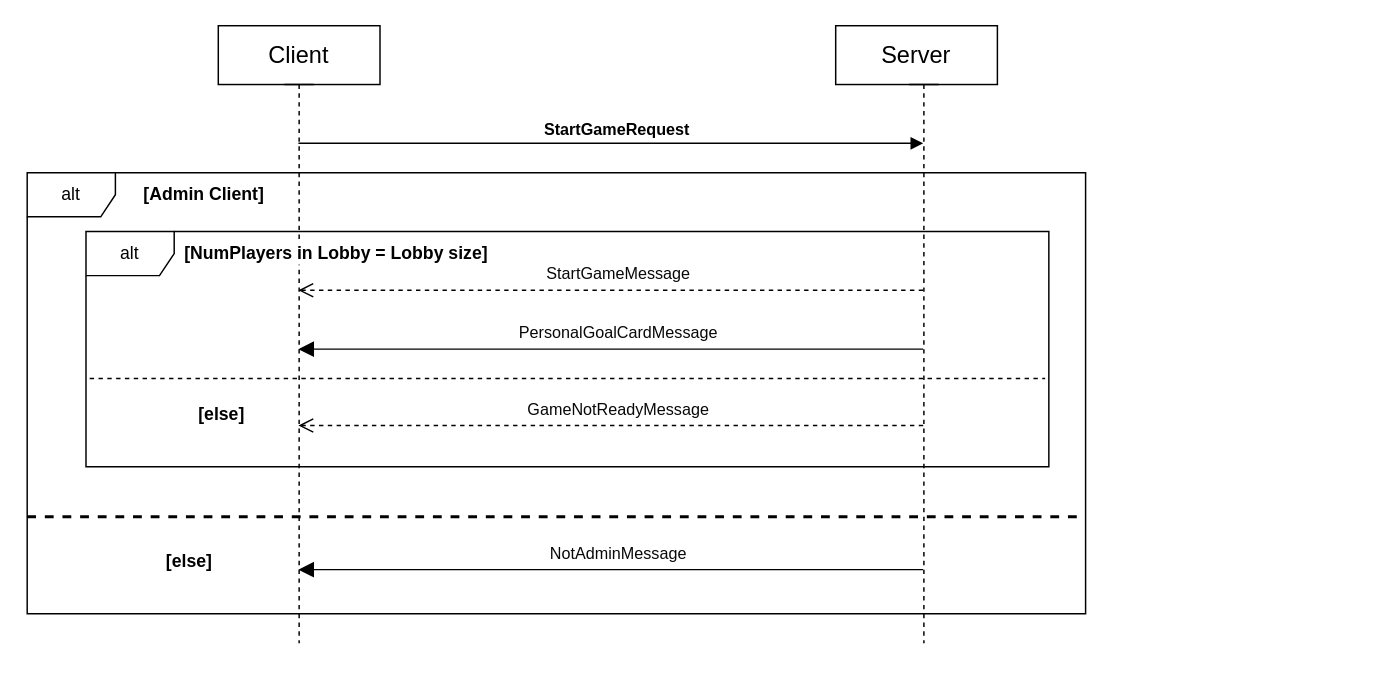
This is deliverables/uml_drawio/StartGame sequence.drawio from federico-zanca/ing-sw-2023-zanca-zhuge-zheng-wu, a draw.io file, before an edit. Source tidied: cells renumbered, new cells numbered last; positions are measured from the earlier drawing's top-left corner, leaving out a move shared by most shapes. Both pictures are drawn from the tidied source at 147%, with x=0, y=0 at pixel (26, 25).
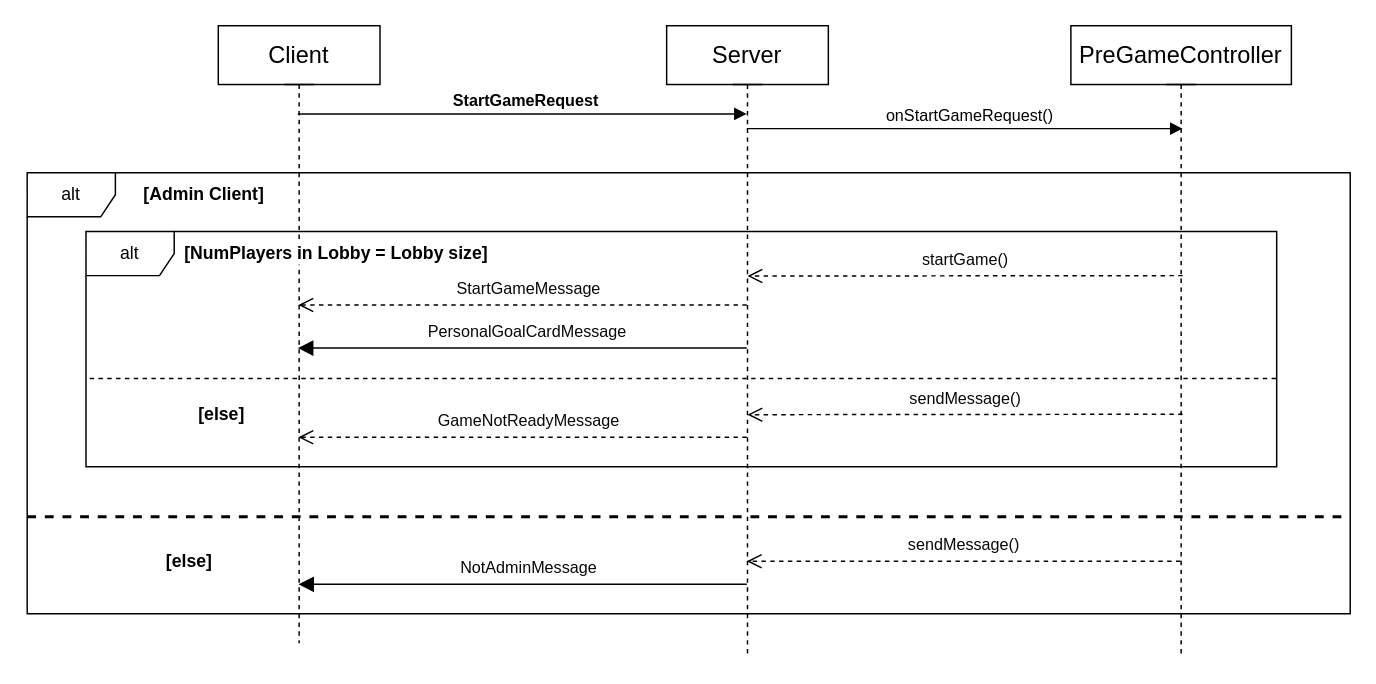
Above is the later version.

Unchanged cells that the change refers to:
```xml
<mxCell id="5" style="shape=umlLifeline;perimeter=lifelinePerimeter;whiteSpace=wrap;html=1;outlineConnect=0;portConstraint=eastwest;newEdgeStyle={&quot;edgeStyle&quot;:&quot;elbowEdgeStyle&quot;,&quot;elbow&quot;:&quot;vertical&quot;,&quot;curved&quot;:0,&quot;rounded&quot;:0};participant=umlActor;size=0;" parent="1" vertex="1">
  <mxGeometry x="175" y="40" width="20" height="380" as="geometry" />
</mxCell>
```

What changed in the source:
```diff
@@
     <mxCell id="2" value="alt" style="shape=umlFrame;whiteSpace=wrap;html=1;" parent="1" vertex="1">
-      <mxGeometry y="100" width="720" height="300" as="geometry" />
+      <mxGeometry y="100" width="900" height="300" as="geometry" />
     </mxCell>
@@
     <mxCell id="4" value="Server" style="html=1;whiteSpace=wrap;fontSize=16;" parent="1" vertex="1">
-      <mxGeometry x="550" width="110" height="40" as="geometry" />
+      <mxGeometry x="435" width="110" height="40" as="geometry" />
     </mxCell>
@@
     <mxCell id="6" style="shape=umlLifeline;perimeter=lifelinePerimeter;whiteSpace=wrap;html=1;outlineConnect=0;portConstraint=eastwest;newEdgeStyle={&quot;edgeStyle&quot;:&quot;elbowEdgeStyle&quot;,&quot;elbow&quot;:&quot;vertical&quot;,&quot;curved&quot;:0,&quot;rounded&quot;:0};participant=umlActor;size=0;" parent="1" vertex="1">
-      <mxGeometry x="600" y="40" width="20" height="380" as="geometry" />
+      <mxGeometry x="480" y="40" width="20" height="390" as="geometry" />
     </mxCell>
-    <mxCell id="7" value="StartGameRequest" style="html=1;verticalAlign=bottom;endArrow=block;edgeStyle=elbowEdgeStyle;elbow=vertical;curved=0;rounded=0;fontStyle=1;" parent="1" edge="1" source="5" target="6">
+    <mxCell id="7" value="StartGameRequest" style="html=1;verticalAlign=bottom;endArrow=block;edgeStyle=elbowEdgeStyle;elbow=vertical;curved=0;rounded=0;fontStyle=1;" parent="1" edge="1">
       <mxGeometry x="0.01" relative="1" as="geometry">
+        <mxPoint x="184.1" y="60" as="sourcePoint" />
+        <mxPoint x="489.5" y="60" as="targetPoint" />
         <Array as="points">
-          <mxPoint x="310" y="80" />
-          <mxPoint x="360" y="110" />
+          <mxPoint x="450" y="60" />
+          <mxPoint x="310" y="70" />
+          <mxPoint x="360" y="100" />
         </Array>
         <mxPoint x="1" as="offset" />
       </mxGeometry>
     </mxCell>
@@
     <mxCell id="9" value="&lt;div style=&quot;color: rgb(8, 8, 8);&quot;&gt;&lt;pre style=&quot;&quot;&gt;&lt;font face=&quot;Helvetica&quot;&gt;StartGameMessage&lt;/font&gt;&lt;/pre&gt;&lt;/div&gt;" style="html=1;verticalAlign=bottom;endArrow=open;dashed=1;endSize=8;edgeStyle=elbowEdgeStyle;elbow=vertical;curved=0;rounded=0;labelBackgroundColor=none;" parent="1" edge="1" source="6" target="5">
       <mxGeometry x="-0.02" y="10" relative="1" as="geometry">
         <Array as="points">
-          <mxPoint x="540" y="180" />
+          <mxPoint x="440" y="190" />
+          <mxPoint x="460" y="180" />
           <mxPoint x="510" y="170" />
           <mxPoint x="460" y="190" />
           <mxPoint x="510" y="210" />
           <mxPoint x="530" y="180" />
           <mxPoint x="295" y="160" />
         </Array>
       </mxGeometry>
     </mxCell>
     <mxCell id="10" value="alt" style="shape=umlFrame;whiteSpace=wrap;html=1;" parent="1" vertex="1">
-      <mxGeometry x="40" y="140" width="655" height="160" as="geometry" />
+      <mxGeometry x="40" y="140" width="810" height="160" as="geometry" />
     </mxCell>
     <mxCell id="11" style="line;strokeWidth=2;fillColor=none;align=left;verticalAlign=middle;spacingTop=-1;spacingLeft=3;spacingRight=3;labelPosition=right;strokeColor=inherit;dashed=1;" parent="1" vertex="1">
-      <mxGeometry y="330" width="720" height="8" as="geometry" />
+      <mxGeometry y="330" width="900" height="8" as="geometry" />
     </mxCell>
@@
     <mxCell id="14" style="line;strokeWidth=1;fillColor=none;align=left;verticalAlign=middle;spacingTop=-1;spacingLeft=3;spacingRight=3;labelPosition=right;strokeColor=inherit;dashed=1;" parent="1" vertex="1">
-      <mxGeometry x="42.5" y="236" width="650" height="8" as="geometry" />
+      <mxGeometry x="42.5" y="236" width="807.5" height="8" as="geometry" />
     </mxCell>
@@
     <mxCell id="16" value="&lt;div style=&quot;color: rgb(8, 8, 8);&quot;&gt;&lt;pre style=&quot;&quot;&gt;&lt;font face=&quot;Helvetica&quot;&gt;GameNotReadyMessage&lt;/font&gt;&lt;/pre&gt;&lt;/div&gt;" style="html=1;verticalAlign=bottom;endArrow=open;dashed=1;endSize=8;edgeStyle=elbowEdgeStyle;elbow=vertical;curved=0;rounded=0;labelBackgroundColor=none;" parent="1" edge="1" source="6" target="5">
       <mxGeometry x="-0.02" y="10" relative="1" as="geometry">
         <Array as="points">
+          <mxPoint x="440" y="280" />
+          <mxPoint x="400" y="270" />
           <mxPoint x="486.5" y="272" />
           <mxPoint x="521.5" y="282" />
           <mxPoint x="541.5" y="252" />
           <mxPoint x="306.5" y="232" />
         </Array>
       </mxGeometry>
     </mxCell>
-    <mxCell id="17" value="&lt;div style=&quot;color: rgb(8, 8, 8);&quot;&gt;&lt;pre style=&quot;&quot;&gt;&lt;font face=&quot;Helvetica&quot;&gt;NotAdminMessage&lt;/font&gt;&lt;/pre&gt;&lt;/div&gt;" style="html=1;verticalAlign=bottom;endArrow=block;endSize=8;edgeStyle=elbowEdgeStyle;elbow=vertical;curved=0;rounded=0;labelBackgroundColor=none;endFill=1;" parent="1" edge="1">
+    <mxCell id="17" value="&lt;div style=&quot;color: rgb(8, 8, 8);&quot;&gt;&lt;pre style=&quot;&quot;&gt;&lt;font face=&quot;Helvetica&quot;&gt;NotAdminMessage&lt;/font&gt;&lt;/pre&gt;&lt;/div&gt;" style="html=1;verticalAlign=bottom;endArrow=block;endSize=8;edgeStyle=elbowEdgeStyle;elbow=vertical;curved=0;rounded=0;labelBackgroundColor=none;endFill=1;" parent="1" edge="1" source="6" target="5">
       <mxGeometry x="-0.02" y="10" relative="1" as="geometry">
-        <mxPoint x="609.5" y="370" as="sourcePoint" />
-        <mxPoint x="184.5" y="370" as="targetPoint" />
         <Array as="points">
-          <mxPoint x="540" y="370" />
+          <mxPoint x="260" y="380" />
+          <mxPoint x="450" y="380" />
           <mxPoint x="245" y="330" />
           <mxPoint x="295" y="350" />
           <mxPoint x="315" y="320" />
           <mxPoint x="80" y="300" />
         </Array>
       </mxGeometry>
     </mxCell>
-    <mxCell id="18" value="&lt;div style=&quot;color: rgb(8, 8, 8);&quot;&gt;&lt;pre style=&quot;&quot;&gt;&lt;font face=&quot;Helvetica&quot;&gt;PersonalGoalCardMessage&lt;/font&gt;&lt;/pre&gt;&lt;/div&gt;" style="html=1;verticalAlign=bottom;endArrow=block;endSize=8;edgeStyle=elbowEdgeStyle;elbow=vertical;curved=0;rounded=0;labelBackgroundColor=none;endFill=1;" parent="1" edge="1" source="6" target="5">
+    <mxCell id="18" value="&lt;div style=&quot;color: rgb(8, 8, 8);&quot;&gt;&lt;pre style=&quot;&quot;&gt;&lt;font face=&quot;Helvetica&quot;&gt;PersonalGoalCardMessage&lt;/font&gt;&lt;/pre&gt;&lt;/div&gt;" style="html=1;verticalAlign=bottom;endArrow=block;endSize=8;edgeStyle=elbowEdgeStyle;elbow=vertical;curved=0;rounded=0;labelBackgroundColor=none;endFill=1;" parent="1" edge="1">
       <mxGeometry x="-0.02" y="10" relative="1" as="geometry">
+        <mxPoint x="489.5" y="219.3" as="sourcePoint" />
+        <mxPoint x="184.1" y="219.3" as="targetPoint" />
         <Array as="points">
-          <mxPoint x="440" y="220" />
-          <mxPoint x="410" y="210" />
-          <mxPoint x="360" y="230" />
-          <mxPoint x="410" y="250" />
-          <mxPoint x="430" y="220" />
-          <mxPoint x="195" y="200" />
+          <mxPoint x="440" y="219.3" />
+          <mxPoint x="410" y="209.3" />
+          <mxPoint x="360" y="229.3" />
+          <mxPoint x="410" y="249.3" />
+          <mxPoint x="430" y="219.3" />
+          <mxPoint x="195" y="199.3" />
         </Array>
       </mxGeometry>
     </mxCell>
+    <mxCell id="19" value="PreGameController" style="html=1;whiteSpace=wrap;fontSize=16;" parent="1" vertex="1">
+      <mxGeometry x="710" width="150" height="40" as="geometry" />
+    </mxCell>
+    <mxCell id="20" style="shape=umlLifeline;perimeter=lifelinePerimeter;whiteSpace=wrap;html=1;outlineConnect=0;portConstraint=eastwest;newEdgeStyle={&quot;edgeStyle&quot;:&quot;elbowEdgeStyle&quot;,&quot;elbow&quot;:&quot;vertical&quot;,&quot;curved&quot;:0,&quot;rounded&quot;:0};participant=umlActor;size=0;" parent="1" vertex="1">
+      <mxGeometry x="775" y="40" width="20" height="390" as="geometry" />
+    </mxCell>
+    <mxCell id="21" value="onStartGameRequest()" style="html=1;verticalAlign=bottom;endArrow=block;edgeStyle=elbowEdgeStyle;elbow=vertical;curved=0;rounded=0;" parent="1" edge="1" source="6">
+      <mxGeometry x="0.02" relative="1" as="geometry">
+        <mxPoint x="786" y="70" as="targetPoint" />
+        <Array as="points">
+          <mxPoint x="711" y="70" />
+          <mxPoint x="547.5" y="100" />
+          <mxPoint x="317.5" y="110" />
+          <mxPoint x="337.5" y="190" />
+          <mxPoint x="547.5" y="210" />
+          <mxPoint x="467.5" y="220" />
+          <mxPoint x="538.5" y="230" />
+          <mxPoint x="504.5" y="250" />
+        </Array>
+      </mxGeometry>
+    </mxCell>
+    <mxCell id="22" value="&lt;div style=&quot;color: rgb(8, 8, 8);&quot;&gt;&lt;pre style=&quot;&quot;&gt;&lt;font face=&quot;Helvetica&quot;&gt;sendMessage()&lt;/font&gt;&lt;/pre&gt;&lt;/div&gt;" style="html=1;verticalAlign=bottom;endArrow=open;dashed=1;endSize=8;edgeStyle=elbowEdgeStyle;elbow=vertical;curved=0;rounded=0;labelBackgroundColor=none;" parent="1" edge="1" source="20" target="6">
+      <mxGeometry y="10" relative="1" as="geometry">
+        <Array as="points">
+          <mxPoint x="611" y="364.3" />
+          <mxPoint x="341" y="374.6" />
+          <mxPoint x="131" y="384.6" />
+          <mxPoint x="151" y="494.6" />
+        </Array>
+      </mxGeometry>
+    </mxCell>
+    <mxCell id="23" value="&lt;div style=&quot;color: rgb(8, 8, 8);&quot;&gt;&lt;pre style=&quot;&quot;&gt;&lt;font face=&quot;Helvetica&quot;&gt;sendMessage()&lt;/font&gt;&lt;/pre&gt;&lt;/div&gt;" style="html=1;verticalAlign=bottom;endArrow=open;dashed=1;endSize=8;edgeStyle=elbowEdgeStyle;elbow=vertical;curved=0;rounded=0;labelBackgroundColor=none;" parent="1" edge="1">
+      <mxGeometry y="10" relative="1" as="geometry">
+        <mxPoint x="786" y="264.3" as="sourcePoint" />
+        <mxPoint x="490" y="264.3" as="targetPoint" />
+        <Array as="points">
+          <mxPoint x="612" y="264.6" />
+          <mxPoint x="342" y="274.9" />
+          <mxPoint x="132" y="284.9" />
+          <mxPoint x="152" y="394.9" />
+        </Array>
+      </mxGeometry>
+    </mxCell>
+    <mxCell id="24" value="&lt;div style=&quot;color: rgb(8, 8, 8);&quot;&gt;&lt;pre style=&quot;&quot;&gt;&lt;font face=&quot;Helvetica&quot;&gt;startGame()&lt;/font&gt;&lt;/pre&gt;&lt;/div&gt;" style="html=1;verticalAlign=bottom;endArrow=open;dashed=1;endSize=8;edgeStyle=elbowEdgeStyle;elbow=vertical;curved=0;rounded=0;labelBackgroundColor=none;" parent="1" edge="1">
+      <mxGeometry y="10" relative="1" as="geometry">
+        <mxPoint x="786" y="170" as="sourcePoint" />
+        <mxPoint x="490" y="170" as="targetPoint" />
+        <Array as="points">
+          <mxPoint x="612" y="170.3" />
+          <mxPoint x="342" y="180.6" />
+          <mxPoint x="132" y="190.6" />
+          <mxPoint x="152" y="300.6" />
+        </Array>
+      </mxGeometry>
+    </mxCell>
```
